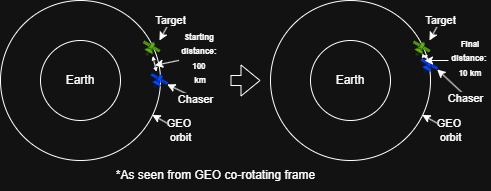
The draw.io diagram ov-1.drawio.png in alex-w-johnson/nasa-gmat-phasing-burn-example, before a commit. Source tidied: cells renumbered, new cells last; positions are measured from the earlier drawing's top-left corner, leaving out a move shared by most shapes. Its diagram source:
```xml
<mxGraphModel>
  <root>
    <mxCell id="0" />
    <mxCell id="1" parent="0" />
    <mxCell id="2" style="ellipse;whiteSpace=wrap;html=1;fillColor=none;" parent="1" vertex="1">
      <mxGeometry width="160" height="160" as="geometry" />
    </mxCell>
    <mxCell id="3" value="Earth" style="ellipse;whiteSpace=wrap;html=1;" parent="1" vertex="1">
      <mxGeometry x="40" y="40" width="80" height="80" as="geometry" />
    </mxCell>
    <mxCell id="4" style="shape=mxgraph.networks2.icon;fillColor=#60a917;strokeColor=#2D7600;network2IconShadow=1;network2bgFillColor=none;network2Icon=mxgraph.networks2.satellite;network2IconXOffset=0.0149;network2IconYOffset=-0.00046;network2IconW=1.1553;network2IconH=0.9741;fontColor=#ffffff;" parent="1" vertex="1">
      <mxGeometry x="142.2" y="40" width="17.8" height="15" as="geometry" />
    </mxCell>
    <mxCell id="5" style="shape=mxgraph.networks2.icon;fillColor=#0050ef;strokeColor=#001DBC;network2IconShadow=1;network2bgFillColor=none;network2Icon=mxgraph.networks2.satellite;network2IconXOffset=0.0149;network2IconYOffset=-0.00046;network2IconW=1.1553;network2IconH=0.9741;fontColor=#ffffff;" parent="1" vertex="1">
      <mxGeometry x="150" y="72.5" width="17.8" height="15" as="geometry" />
    </mxCell>
    <mxCell id="6" style="endArrow=classic;html=1;rounded=0;entryX=0.567;entryY=1.035;entryDx=0;entryDy=0;entryPerimeter=0;exitX=0.332;exitY=-0.086;exitDx=0;exitDy=0;exitPerimeter=0;startArrow=classic;startFill=1;endFill=1;strokeWidth=1;endSize=2;startSize=2;" parent="1" edge="1" source="5" target="4">
      <mxGeometry relative="1" as="geometry" />
    </mxCell>
    <mxCell id="7" style="rounded=0;jettySize=auto;html=1;exitX=-0.039;exitY=0.54;exitDx=0;exitDy=0;exitPerimeter=0;" parent="1" edge="1" source="8">
      <mxGeometry relative="1" as="geometry">
        <mxPoint x="154.2" y="64.9" as="targetPoint" />
      </mxGeometry>
    </mxCell>
    <mxCell id="8" value="&lt;font style=&quot;font-size: 8px;&quot;&gt;&lt;b&gt;Starting&amp;nbsp;&lt;/b&gt;&lt;/font&gt;&lt;div&gt;&lt;font style=&quot;font-size: 8px;&quot;&gt;&lt;b&gt;distance:&amp;nbsp;&lt;/b&gt;&lt;/font&gt;&lt;/div&gt;&lt;div&gt;&lt;font style=&quot;font-size: 8px;&quot;&gt;&lt;b&gt;100&amp;nbsp;&lt;/b&gt;&lt;/font&gt;&lt;/div&gt;&lt;div&gt;&lt;font style=&quot;font-size: 8px;&quot;&gt;&lt;b&gt;km&lt;/b&gt;&lt;/font&gt;&lt;/div&gt;" style="text;html=1;align=center;verticalAlign=middle;whiteSpace=wrap;rounded=0;" parent="1" vertex="1">
      <mxGeometry x="180" y="27.5" width="40" height="60" as="geometry" />
    </mxCell>
    <mxCell id="9" style="endArrow=classic;html=1;rounded=0;entryX=0.948;entryY=0.715;entryDx=0;entryDy=0;entryPerimeter=0;" parent="1" edge="1" target="2">
      <mxGeometry relative="1" as="geometry">
        <mxPoint x="180" y="130" as="sourcePoint" />
      </mxGeometry>
    </mxCell>
    <mxCell id="10" value="GEO&amp;nbsp;&lt;div&gt;orbit&lt;/div&gt;" style="edgeLabel;html=1;align=center;verticalAlign=middle;" parent="9" vertex="1">
      <mxGeometry x="-0.37" y="1" relative="1" as="geometry">
        <mxPoint x="9" y="4" as="offset" />
      </mxGeometry>
    </mxCell>
    <mxCell id="11" style="endArrow=classic;html=1;rounded=0;entryX=0.939;entryY=0;entryDx=0;entryDy=0;entryPerimeter=0;" parent="1" edge="1" target="4">
      <mxGeometry relative="1" as="geometry">
        <mxPoint x="170" y="20" as="sourcePoint" />
      </mxGeometry>
    </mxCell>
    <mxCell id="12" value="Target" style="edgeLabel;html=1;align=center;verticalAlign=middle;" parent="11" vertex="1">
      <mxGeometry x="-0.63" y="2" relative="1" as="geometry">
        <mxPoint y="-5" as="offset" />
      </mxGeometry>
    </mxCell>
    <mxCell id="13" style="endArrow=classic;html=1;rounded=0;entryX=0.938;entryY=0.759;entryDx=0;entryDy=0;entryPerimeter=0;" parent="1" edge="1" target="5">
      <mxGeometry relative="1" as="geometry">
        <mxPoint x="200" y="100" as="sourcePoint" />
      </mxGeometry>
    </mxCell>
    <mxCell id="14" value="Chaser" style="edgeLabel;html=1;align=center;verticalAlign=middle;" parent="13" vertex="1">
      <mxGeometry x="-0.87" relative="1" as="geometry">
        <mxPoint x="-3" as="offset" />
      </mxGeometry>
    </mxCell>
    <mxCell id="15" style="shape=flexArrow;endArrow=classic;html=1;rounded=0;" parent="1" edge="1">
      <mxGeometry relative="1" as="geometry">
        <mxPoint x="230" y="80" as="sourcePoint" />
        <mxPoint x="260" y="80" as="targetPoint" />
      </mxGeometry>
    </mxCell>
    <mxCell id="16" style="ellipse;whiteSpace=wrap;html=1;fillColor=none;" parent="1" vertex="1">
      <mxGeometry x="270" width="160" height="160" as="geometry" />
    </mxCell>
    <mxCell id="17" value="Earth" style="ellipse;whiteSpace=wrap;html=1;" parent="1" vertex="1">
      <mxGeometry x="310" y="40" width="80" height="80" as="geometry" />
    </mxCell>
    <mxCell id="18" style="shape=mxgraph.networks2.icon;fillColor=#60a917;strokeColor=#2D7600;network2IconShadow=1;network2bgFillColor=none;network2Icon=mxgraph.networks2.satellite;network2IconXOffset=0.0149;network2IconYOffset=-0.00046;network2IconW=1.1553;network2IconH=0.9741;fontColor=#ffffff;" parent="1" vertex="1">
      <mxGeometry x="412.2" y="40" width="17.8" height="15" as="geometry" />
    </mxCell>
    <mxCell id="19" style="shape=mxgraph.networks2.icon;fillColor=#0050ef;strokeColor=#001DBC;network2IconShadow=1;network2bgFillColor=none;network2Icon=mxgraph.networks2.satellite;network2IconXOffset=0.0149;network2IconYOffset=-0.00046;network2IconW=1.1553;network2IconH=0.9741;fontColor=#ffffff;" parent="1" vertex="1">
      <mxGeometry x="420" y="57.5" width="17.8" height="15" as="geometry" />
    </mxCell>
    <mxCell id="20" style="endArrow=classic;html=1;rounded=0;entryX=0.567;entryY=1.035;entryDx=0;entryDy=0;entryPerimeter=0;exitX=0.332;exitY=-0.086;exitDx=0;exitDy=0;exitPerimeter=0;startArrow=classic;startFill=1;endFill=1;strokeWidth=1;endSize=2;startSize=2;" parent="1" edge="1" source="19" target="18">
      <mxGeometry relative="1" as="geometry" />
    </mxCell>
    <mxCell id="21" style="rounded=0;orthogonalLoop=1;jettySize=auto;html=1;exitX=-0.039;exitY=0.54;exitDx=0;exitDy=0;exitPerimeter=0;" parent="1" edge="1">
      <mxGeometry relative="1" as="geometry">
        <mxPoint x="448" y="60" as="sourcePoint" />
        <mxPoint x="424" y="60" as="targetPoint" />
      </mxGeometry>
    </mxCell>
    <mxCell id="22" style="endArrow=classic;html=1;rounded=0;entryX=0.948;entryY=0.715;entryDx=0;entryDy=0;entryPerimeter=0;" parent="1" edge="1" target="16">
      <mxGeometry relative="1" as="geometry">
        <mxPoint x="450" y="130" as="sourcePoint" />
      </mxGeometry>
    </mxCell>
    <mxCell id="23" value="GEO&amp;nbsp;&lt;div&gt;orbit&lt;/div&gt;" style="edgeLabel;html=1;align=center;verticalAlign=middle;" parent="22" vertex="1">
      <mxGeometry x="-0.37" y="1" relative="1" as="geometry">
        <mxPoint x="9" y="4" as="offset" />
      </mxGeometry>
    </mxCell>
    <mxCell id="24" style="endArrow=classic;html=1;rounded=0;entryX=0.939;entryY=0;entryDx=0;entryDy=0;entryPerimeter=0;" parent="1" edge="1" target="18">
      <mxGeometry relative="1" as="geometry">
        <mxPoint x="440" y="20" as="sourcePoint" />
      </mxGeometry>
    </mxCell>
    <mxCell id="25" value="Target" style="edgeLabel;html=1;align=center;verticalAlign=middle;" parent="24" vertex="1">
      <mxGeometry x="-0.63" y="2" relative="1" as="geometry">
        <mxPoint y="-5" as="offset" />
      </mxGeometry>
    </mxCell>
    <mxCell id="26" style="endArrow=classic;html=1;rounded=0;entryX=0.938;entryY=0.759;entryDx=0;entryDy=0;entryPerimeter=0;" parent="1" edge="1" target="19">
      <mxGeometry relative="1" as="geometry">
        <mxPoint x="470" y="100" as="sourcePoint" />
      </mxGeometry>
    </mxCell>
    <mxCell id="27" value="Chaser" style="edgeLabel;html=1;align=center;verticalAlign=middle;" parent="26" vertex="1">
      <mxGeometry x="-0.87" relative="1" as="geometry">
        <mxPoint x="-3" as="offset" />
      </mxGeometry>
    </mxCell>
    <mxCell id="28" value="&lt;font style=&quot;font-size: 8px;&quot;&gt;&lt;b&gt;Final&lt;/b&gt;&lt;/font&gt;&lt;div&gt;&lt;font style=&quot;font-size: 8px;&quot;&gt;&lt;b&gt;distance:&amp;nbsp;&lt;/b&gt;&lt;/font&gt;&lt;/div&gt;&lt;div&gt;&lt;font style=&quot;font-size: 8px;&quot;&gt;&lt;b&gt;10&amp;nbsp;&lt;/b&gt;&lt;/font&gt;&lt;b style=&quot;font-size: 8px; background-color: transparent; color: light-dark(rgb(0, 0, 0), rgb(255, 255, 255));&quot;&gt;km&lt;/b&gt;&lt;/div&gt;" style="text;html=1;align=center;verticalAlign=middle;whiteSpace=wrap;rounded=0;" parent="1" vertex="1">
      <mxGeometry x="450" y="33.8" width="40" height="47.5" as="geometry" />
    </mxCell>
    <mxCell id="29" value="*As seen from GEO co-rotating frame" style="text;html=1;align=center;verticalAlign=middle;strokeColor=none;fillColor=none;" parent="1" vertex="1">
      <mxGeometry x="105" y="160" width="220" height="30" as="geometry" />
    </mxCell>
  </root>
</mxGraphModel>
```
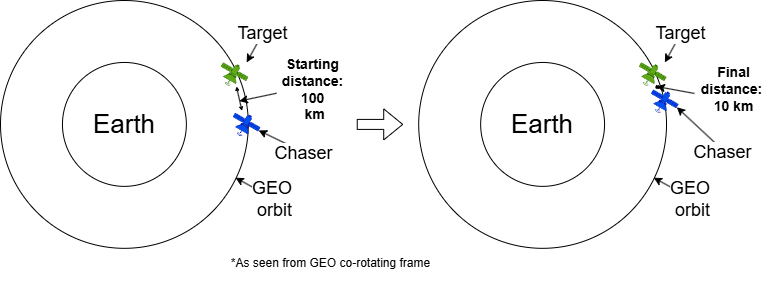
The same diagram one commit later.

Change to the diagram source:
```diff
@@ -2,121 +2,124 @@
   <root>
     <mxCell id="0" />
     <mxCell id="1" parent="0" />
+    <mxCell id="30" style="group;" parent="1" vertex="1">
+      <mxGeometry x="-280" y="-240" width="770" height="294.3" as="geometry" />
+    </mxCell>
-    <mxCell id="2" style="ellipse;whiteSpace=wrap;html=1;fillColor=none;" parent="1" vertex="1">
-      <mxGeometry width="160" height="160" as="geometry" />
+    <mxCell id="2" style="ellipse;whiteSpace=wrap;html=1;fillColor=none;" parent="30" vertex="1">
+      <mxGeometry width="247.8" height="247.8" as="geometry" />
     </mxCell>
-    <mxCell id="3" value="Earth" style="ellipse;whiteSpace=wrap;html=1;" parent="1" vertex="1">
-      <mxGeometry x="40" y="40" width="80" height="80" as="geometry" />
+    <mxCell id="3" value="Earth" style="ellipse;whiteSpace=wrap;html=1;fontSize=26;" parent="30" vertex="1">
+      <mxGeometry x="62" y="62" width="123.9" height="123.9" as="geometry" />
     </mxCell>
-    <mxCell id="4" style="shape=mxgraph.networks2.icon;fillColor=#60a917;strokeColor=#2D7600;network2IconShadow=1;network2bgFillColor=none;network2Icon=mxgraph.networks2.satellite;network2IconXOffset=0.0149;network2IconYOffset=-0.00046;network2IconW=1.1553;network2IconH=0.9741;fontColor=#ffffff;" parent="1" vertex="1">
-      <mxGeometry x="142.2" y="40" width="17.8" height="15" as="geometry" />
+    <mxCell id="4" style="shape=mxgraph.networks2.icon;fillColor=#60a917;strokeColor=#2D7600;network2IconShadow=1;network2bgFillColor=none;network2Icon=mxgraph.networks2.satellite;network2IconXOffset=0.0149;network2IconYOffset=-0.00046;network2IconW=1.1553;network2IconH=0.9741;fontColor=#ffffff;" parent="30" vertex="1">
+      <mxGeometry x="220.3" y="62" width="27.5" height="23.2" as="geometry" />
     </mxCell>
-    <mxCell id="5" style="shape=mxgraph.networks2.icon;fillColor=#0050ef;strokeColor=#001DBC;network2IconShadow=1;network2bgFillColor=none;network2Icon=mxgraph.networks2.satellite;network2IconXOffset=0.0149;network2IconYOffset=-0.00046;network2IconW=1.1553;network2IconH=0.9741;fontColor=#ffffff;" parent="1" vertex="1">
-      <mxGeometry x="150" y="72.5" width="17.8" height="15" as="geometry" />
+    <mxCell id="5" style="shape=mxgraph.networks2.icon;fillColor=#0050ef;strokeColor=#001DBC;network2IconShadow=1;network2bgFillColor=none;network2Icon=mxgraph.networks2.satellite;network2IconXOffset=0.0149;network2IconYOffset=-0.00046;network2IconW=1.1553;network2IconH=0.9741;fontColor=#ffffff;" parent="30" vertex="1">
+      <mxGeometry x="232.3" y="112.3" width="27.5" height="23.2" as="geometry" />
     </mxCell>
-    <mxCell id="6" style="endArrow=classic;html=1;rounded=0;entryX=0.567;entryY=1.035;entryDx=0;entryDy=0;entryPerimeter=0;exitX=0.332;exitY=-0.086;exitDx=0;exitDy=0;exitPerimeter=0;startArrow=classic;startFill=1;endFill=1;strokeWidth=1;endSize=2;startSize=2;" parent="1" edge="1" source="5" target="4">
+    <mxCell id="6" style="endArrow=classic;html=1;rounded=0;entryX=0.567;entryY=1.035;entryDx=0;entryDy=0;entryPerimeter=0;exitX=0.332;exitY=-0.086;exitDx=0;exitDy=0;exitPerimeter=0;startArrow=classic;startFill=1;endFill=1;strokeWidth=1;endSize=2;startSize=2;" parent="30" edge="1" source="5" target="4">
       <mxGeometry relative="1" as="geometry" />
     </mxCell>
-    <mxCell id="7" style="rounded=0;jettySize=auto;html=1;exitX=-0.039;exitY=0.54;exitDx=0;exitDy=0;exitPerimeter=0;" parent="1" edge="1" source="8">
+    <mxCell id="7" style="rounded=0;jettySize=auto;html=1;exitX=-0.039;exitY=0.54;exitDx=0;exitDy=0;exitPerimeter=0;" parent="30" edge="1" source="8">
       <mxGeometry relative="1" as="geometry">
-        <mxPoint x="154.2" y="64.9" as="targetPoint" />
+        <mxPoint x="238.8" y="100.6" as="targetPoint" />
       </mxGeometry>
     </mxCell>
-    <mxCell id="8" value="&lt;font style=&quot;font-size: 8px;&quot;&gt;&lt;b&gt;Starting&amp;nbsp;&lt;/b&gt;&lt;/font&gt;&lt;div&gt;&lt;font style=&quot;font-size: 8px;&quot;&gt;&lt;b&gt;distance:&amp;nbsp;&lt;/b&gt;&lt;/font&gt;&lt;/div&gt;&lt;div&gt;&lt;font style=&quot;font-size: 8px;&quot;&gt;&lt;b&gt;100&amp;nbsp;&lt;/b&gt;&lt;/font&gt;&lt;/div&gt;&lt;div&gt;&lt;font style=&quot;font-size: 8px;&quot;&gt;&lt;b&gt;km&lt;/b&gt;&lt;/font&gt;&lt;/div&gt;" style="text;html=1;align=center;verticalAlign=middle;whiteSpace=wrap;rounded=0;" parent="1" vertex="1">
-      <mxGeometry x="180" y="27.5" width="40" height="60" as="geometry" />
+    <mxCell id="8" value="&lt;font&gt;&lt;b&gt;Starting&amp;nbsp;&lt;/b&gt;&lt;/font&gt;&lt;div&gt;&lt;font&gt;&lt;b&gt;distance:&amp;nbsp;&lt;/b&gt;&lt;/font&gt;&lt;/div&gt;&lt;div&gt;&lt;font&gt;&lt;b&gt;100&amp;nbsp;&lt;/b&gt;&lt;/font&gt;&lt;/div&gt;&lt;div&gt;&lt;font&gt;&lt;b&gt;km&lt;/b&gt;&lt;/font&gt;&lt;/div&gt;" style="text;html=1;align=center;verticalAlign=middle;whiteSpace=wrap;rounded=0;fontSize=14;" parent="30" vertex="1">
+      <mxGeometry x="278.8" y="42.6" width="71.2" height="92.9" as="geometry" />
     </mxCell>
-    <mxCell id="9" style="endArrow=classic;html=1;rounded=0;entryX=0.948;entryY=0.715;entryDx=0;entryDy=0;entryPerimeter=0;" parent="1" edge="1" target="2">
+    <mxCell id="9" style="endArrow=classic;html=1;rounded=0;entryX=0.948;entryY=0.715;entryDx=0;entryDy=0;entryPerimeter=0;" parent="30" edge="1" target="2">
       <mxGeometry relative="1" as="geometry">
-        <mxPoint x="180" y="130" as="sourcePoint" />
+        <mxPoint x="278.8" y="201.4" as="sourcePoint" />
       </mxGeometry>
     </mxCell>
-    <mxCell id="10" value="GEO&amp;nbsp;&lt;div&gt;orbit&lt;/div&gt;" style="edgeLabel;html=1;align=center;verticalAlign=middle;" parent="9" vertex="1">
+    <mxCell id="10" value="GEO&amp;nbsp;&lt;div&gt;orbit&lt;/div&gt;" style="edgeLabel;html=1;align=center;verticalAlign=middle;fontSize=18;" parent="9" vertex="1">
       <mxGeometry x="-0.37" y="1" relative="1" as="geometry">
         <mxPoint x="9" y="4" as="offset" />
       </mxGeometry>
     </mxCell>
-    <mxCell id="11" style="endArrow=classic;html=1;rounded=0;entryX=0.939;entryY=0;entryDx=0;entryDy=0;entryPerimeter=0;" parent="1" edge="1" target="4">
+    <mxCell id="11" style="endArrow=classic;html=1;rounded=0;entryX=0.939;entryY=0;entryDx=0;entryDy=0;entryPerimeter=0;" parent="30" edge="1" target="4">
       <mxGeometry relative="1" as="geometry">
-        <mxPoint x="170" y="20" as="sourcePoint" />
+        <mxPoint x="263.3" y="31" as="sourcePoint" />
       </mxGeometry>
     </mxCell>
-    <mxCell id="12" value="Target" style="edgeLabel;html=1;align=center;verticalAlign=middle;" parent="11" vertex="1">
+    <mxCell id="12" value="Target" style="edgeLabel;html=1;align=center;verticalAlign=middle;fontSize=18;" parent="11" vertex="1">
       <mxGeometry x="-0.63" y="2" relative="1" as="geometry">
         <mxPoint y="-5" as="offset" />
       </mxGeometry>
     </mxCell>
-    <mxCell id="13" style="endArrow=classic;html=1;rounded=0;entryX=0.938;entryY=0.759;entryDx=0;entryDy=0;entryPerimeter=0;" parent="1" edge="1" target="5">
+    <mxCell id="13" style="endArrow=classic;html=1;rounded=0;entryX=0.938;entryY=0.759;entryDx=0;entryDy=0;entryPerimeter=0;" parent="30" edge="1" target="5">
       <mxGeometry relative="1" as="geometry">
-        <mxPoint x="200" y="100" as="sourcePoint" />
+        <mxPoint x="309.8" y="154.9" as="sourcePoint" />
       </mxGeometry>
     </mxCell>
-    <mxCell id="14" value="Chaser" style="edgeLabel;html=1;align=center;verticalAlign=middle;" parent="13" vertex="1">
+    <mxCell id="14" value="Chaser" style="edgeLabel;html=1;align=center;verticalAlign=middle;fontSize=18;" parent="13" vertex="1">
       <mxGeometry x="-0.87" relative="1" as="geometry">
         <mxPoint x="-3" as="offset" />
       </mxGeometry>
     </mxCell>
-    <mxCell id="15" style="shape=flexArrow;endArrow=classic;html=1;rounded=0;" parent="1" edge="1">
+    <mxCell id="15" style="shape=flexArrow;endArrow=classic;html=1;rounded=0;" parent="30" edge="1">
       <mxGeometry relative="1" as="geometry">
-        <mxPoint x="230" y="80" as="sourcePoint" />
-        <mxPoint x="260" y="80" as="targetPoint" />
+        <mxPoint x="356.2" y="123.9" as="sourcePoint" />
+        <mxPoint x="402.7" y="123.9" as="targetPoint" />
       </mxGeometry>
     </mxCell>
-    <mxCell id="16" style="ellipse;whiteSpace=wrap;html=1;fillColor=none;" parent="1" vertex="1">
-      <mxGeometry x="270" width="160" height="160" as="geometry" />
+    <mxCell id="16" style="ellipse;whiteSpace=wrap;html=1;fillColor=none;" parent="30" vertex="1">
+      <mxGeometry x="418.2" width="247.8" height="247.8" as="geometry" />
     </mxCell>
-    <mxCell id="17" value="Earth" style="ellipse;whiteSpace=wrap;html=1;" parent="1" vertex="1">
-      <mxGeometry x="310" y="40" width="80" height="80" as="geometry" />
+    <mxCell id="17" value="Earth" style="ellipse;whiteSpace=wrap;html=1;fontSize=26;" parent="30" vertex="1">
+      <mxGeometry x="480.2" y="62" width="123.9" height="123.9" as="geometry" />
     </mxCell>
-    <mxCell id="18" style="shape=mxgraph.networks2.icon;fillColor=#60a917;strokeColor=#2D7600;network2IconShadow=1;network2bgFillColor=none;network2Icon=mxgraph.networks2.satellite;network2IconXOffset=0.0149;network2IconYOffset=-0.00046;network2IconW=1.1553;network2IconH=0.9741;fontColor=#ffffff;" parent="1" vertex="1">
-      <mxGeometry x="412.2" y="40" width="17.8" height="15" as="geometry" />
+    <mxCell id="18" style="shape=mxgraph.networks2.icon;fillColor=#60a917;strokeColor=#2D7600;network2IconShadow=1;network2bgFillColor=none;network2Icon=mxgraph.networks2.satellite;network2IconXOffset=0.0149;network2IconYOffset=-0.00046;network2IconW=1.1553;network2IconH=0.9741;fontColor=#ffffff;" parent="30" vertex="1">
+      <mxGeometry x="638.5" y="62" width="27.5" height="23.2" as="geometry" />
     </mxCell>
-    <mxCell id="19" style="shape=mxgraph.networks2.icon;fillColor=#0050ef;strokeColor=#001DBC;network2IconShadow=1;network2bgFillColor=none;network2Icon=mxgraph.networks2.satellite;network2IconXOffset=0.0149;network2IconYOffset=-0.00046;network2IconW=1.1553;network2IconH=0.9741;fontColor=#ffffff;" parent="1" vertex="1">
-      <mxGeometry x="420" y="57.5" width="17.8" height="15" as="geometry" />
+    <mxCell id="19" style="shape=mxgraph.networks2.icon;fillColor=#0050ef;strokeColor=#001DBC;network2IconShadow=1;network2bgFillColor=none;network2Icon=mxgraph.networks2.satellite;network2IconXOffset=0.0149;network2IconYOffset=-0.00046;network2IconW=1.1553;network2IconH=0.9741;fontColor=#ffffff;" parent="30" vertex="1">
+      <mxGeometry x="650.5" y="89.1" width="27.5" height="23.2" as="geometry" />
     </mxCell>
-    <mxCell id="20" style="endArrow=classic;html=1;rounded=0;entryX=0.567;entryY=1.035;entryDx=0;entryDy=0;entryPerimeter=0;exitX=0.332;exitY=-0.086;exitDx=0;exitDy=0;exitPerimeter=0;startArrow=classic;startFill=1;endFill=1;strokeWidth=1;endSize=2;startSize=2;" parent="1" edge="1" source="19" target="18">
+    <mxCell id="20" style="endArrow=classic;html=1;rounded=0;entryX=0.567;entryY=1.035;entryDx=0;entryDy=0;entryPerimeter=0;exitX=0.332;exitY=-0.086;exitDx=0;exitDy=0;exitPerimeter=0;startArrow=classic;startFill=1;endFill=1;strokeWidth=1;endSize=2;startSize=2;" parent="30" edge="1" source="19" target="18">
       <mxGeometry relative="1" as="geometry" />
     </mxCell>
-    <mxCell id="21" style="rounded=0;orthogonalLoop=1;jettySize=auto;html=1;exitX=-0.039;exitY=0.54;exitDx=0;exitDy=0;exitPerimeter=0;" parent="1" edge="1">
+    <mxCell id="21" style="rounded=0;orthogonalLoop=1;jettySize=auto;html=1;exitX=-0.039;exitY=0.54;exitDx=0;exitDy=0;exitPerimeter=0;" parent="30" edge="1">
       <mxGeometry relative="1" as="geometry">
-        <mxPoint x="448" y="60" as="sourcePoint" />
-        <mxPoint x="424" y="60" as="targetPoint" />
+        <mxPoint x="693.9" y="92.9" as="sourcePoint" />
+        <mxPoint x="656" y="86" as="targetPoint" />
       </mxGeometry>
     </mxCell>
-    <mxCell id="22" style="endArrow=classic;html=1;rounded=0;entryX=0.948;entryY=0.715;entryDx=0;entryDy=0;entryPerimeter=0;" parent="1" edge="1" target="16">
+    <mxCell id="22" style="endArrow=classic;html=1;rounded=0;entryX=0.948;entryY=0.715;entryDx=0;entryDy=0;entryPerimeter=0;" parent="30" edge="1" target="16">
       <mxGeometry relative="1" as="geometry">
-        <mxPoint x="450" y="130" as="sourcePoint" />
+        <mxPoint x="697" y="201.4" as="sourcePoint" />
       </mxGeometry>
     </mxCell>
-    <mxCell id="23" value="GEO&amp;nbsp;&lt;div&gt;orbit&lt;/div&gt;" style="edgeLabel;html=1;align=center;verticalAlign=middle;" parent="22" vertex="1">
+    <mxCell id="23" value="GEO&amp;nbsp;&lt;div&gt;orbit&lt;/div&gt;" style="edgeLabel;html=1;align=center;verticalAlign=middle;fontSize=18;" parent="22" vertex="1">
       <mxGeometry x="-0.37" y="1" relative="1" as="geometry">
         <mxPoint x="9" y="4" as="offset" />
       </mxGeometry>
     </mxCell>
-    <mxCell id="24" style="endArrow=classic;html=1;rounded=0;entryX=0.939;entryY=0;entryDx=0;entryDy=0;entryPerimeter=0;" parent="1" edge="1" target="18">
+    <mxCell id="24" style="endArrow=classic;html=1;rounded=0;entryX=0.939;entryY=0;entryDx=0;entryDy=0;entryPerimeter=0;" parent="30" edge="1" target="18">
       <mxGeometry relative="1" as="geometry">
-        <mxPoint x="440" y="20" as="sourcePoint" />
+        <mxPoint x="681.5" y="31" as="sourcePoint" />
       </mxGeometry>
     </mxCell>
-    <mxCell id="25" value="Target" style="edgeLabel;html=1;align=center;verticalAlign=middle;" parent="24" vertex="1">
+    <mxCell id="25" value="Target" style="edgeLabel;html=1;align=center;verticalAlign=middle;fontSize=18;" parent="24" vertex="1">
       <mxGeometry x="-0.63" y="2" relative="1" as="geometry">
         <mxPoint y="-5" as="offset" />
       </mxGeometry>
     </mxCell>
-    <mxCell id="26" style="endArrow=classic;html=1;rounded=0;entryX=0.938;entryY=0.759;entryDx=0;entryDy=0;entryPerimeter=0;" parent="1" edge="1" target="19">
+    <mxCell id="26" style="endArrow=classic;html=1;rounded=0;entryX=0.938;entryY=0.759;entryDx=0;entryDy=0;entryPerimeter=0;" parent="30" edge="1" target="19">
       <mxGeometry relative="1" as="geometry">
-        <mxPoint x="470" y="100" as="sourcePoint" />
+        <mxPoint x="728" y="154.9" as="sourcePoint" />
       </mxGeometry>
     </mxCell>
-    <mxCell id="27" value="Chaser" style="edgeLabel;html=1;align=center;verticalAlign=middle;" parent="26" vertex="1">
+    <mxCell id="27" value="Chaser" style="edgeLabel;html=1;align=center;verticalAlign=middle;fontSize=18;" parent="26" vertex="1">
       <mxGeometry x="-0.87" relative="1" as="geometry">
         <mxPoint x="-3" as="offset" />
       </mxGeometry>
     </mxCell>
-    <mxCell id="28" value="&lt;font style=&quot;font-size: 8px;&quot;&gt;&lt;b&gt;Final&lt;/b&gt;&lt;/font&gt;&lt;div&gt;&lt;font style=&quot;font-size: 8px;&quot;&gt;&lt;b&gt;distance:&amp;nbsp;&lt;/b&gt;&lt;/font&gt;&lt;/div&gt;&lt;div&gt;&lt;font style=&quot;font-size: 8px;&quot;&gt;&lt;b&gt;10&amp;nbsp;&lt;/b&gt;&lt;/font&gt;&lt;b style=&quot;font-size: 8px; background-color: transparent; color: light-dark(rgb(0, 0, 0), rgb(255, 255, 255));&quot;&gt;km&lt;/b&gt;&lt;/div&gt;" style="text;html=1;align=center;verticalAlign=middle;whiteSpace=wrap;rounded=0;" parent="1" vertex="1">
-      <mxGeometry x="450" y="33.8" width="40" height="47.5" as="geometry" />
+    <mxCell id="28" value="&lt;font&gt;&lt;b&gt;Final&lt;/b&gt;&lt;/font&gt;&lt;div&gt;&lt;font&gt;&lt;b&gt;distance:&amp;nbsp;&lt;/b&gt;&lt;/font&gt;&lt;/div&gt;&lt;div&gt;&lt;font&gt;&lt;b&gt;10&amp;nbsp;&lt;/b&gt;&lt;/font&gt;&lt;b style=&quot;background-color: transparent; color: light-dark(rgb(0, 0, 0), rgb(255, 255, 255));&quot;&gt;km&lt;/b&gt;&lt;/div&gt;" style="text;html=1;align=center;verticalAlign=middle;whiteSpace=wrap;rounded=0;fontSize=14;" parent="30" vertex="1">
+      <mxGeometry x="697" y="52.3" width="73" height="73.6" as="geometry" />
     </mxCell>
-    <mxCell id="29" value="*As seen from GEO co-rotating frame" style="text;html=1;align=center;verticalAlign=middle;strokeColor=none;fillColor=none;" parent="1" vertex="1">
-      <mxGeometry x="105" y="160" width="220" height="30" as="geometry" />
+    <mxCell id="29" value="*As seen from GEO co-rotating frame" style="text;html=1;align=center;verticalAlign=middle;strokeColor=none;fillColor=none;" parent="30" vertex="1">
+      <mxGeometry x="220.3" y="247.8" width="220" height="30" as="geometry" />
     </mxCell>
   </root>
 </mxGraphModel>
```
